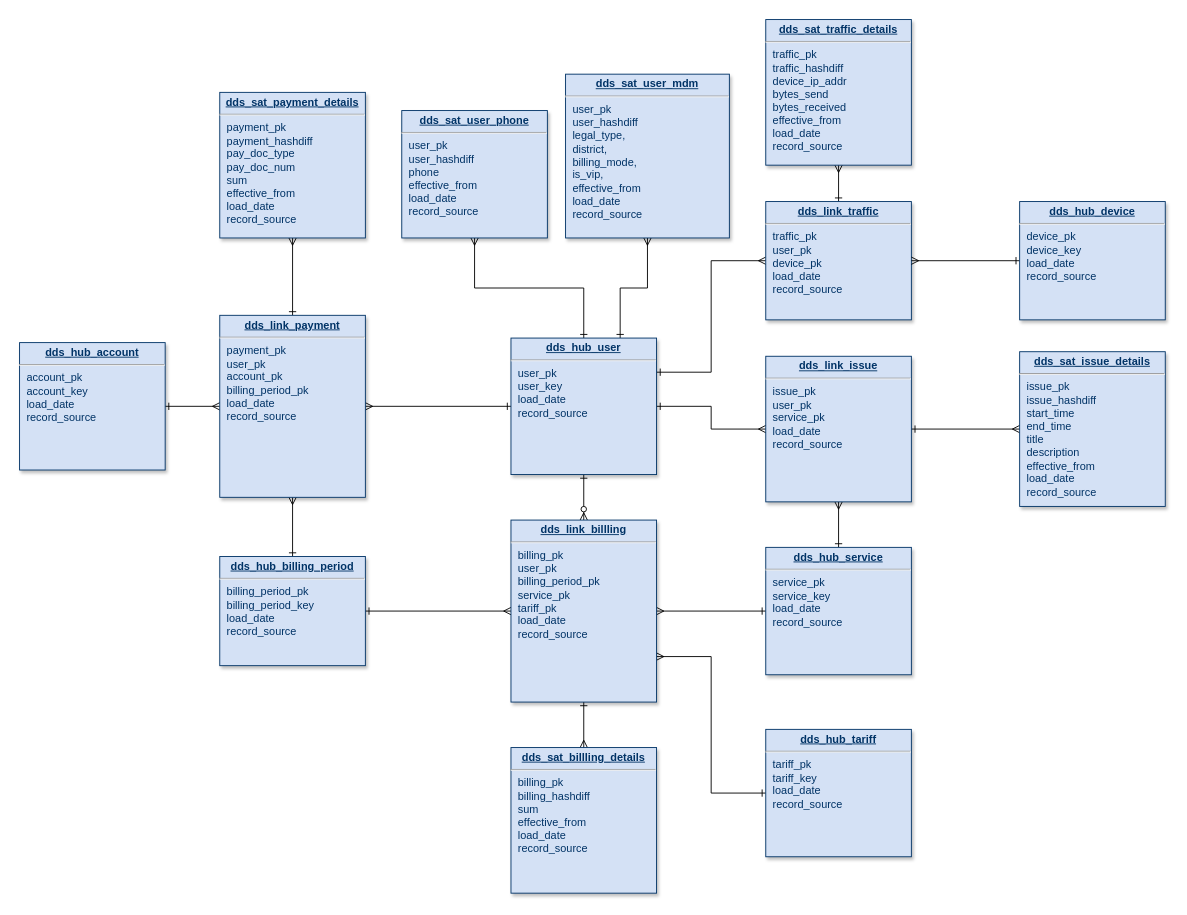
Earlier version of the draw.io diagram DDS-ER.drawio (alexandersamoylov/data-engineer-training). Source tidied: cells renumbered, new cells numbered last; positions are measured from the earlier drawing's top-left corner, leaving out a move shared by most shapes. Both pictures are drawn from the tidied source at 91%, with x=0, y=0 at pixel (19, 19).
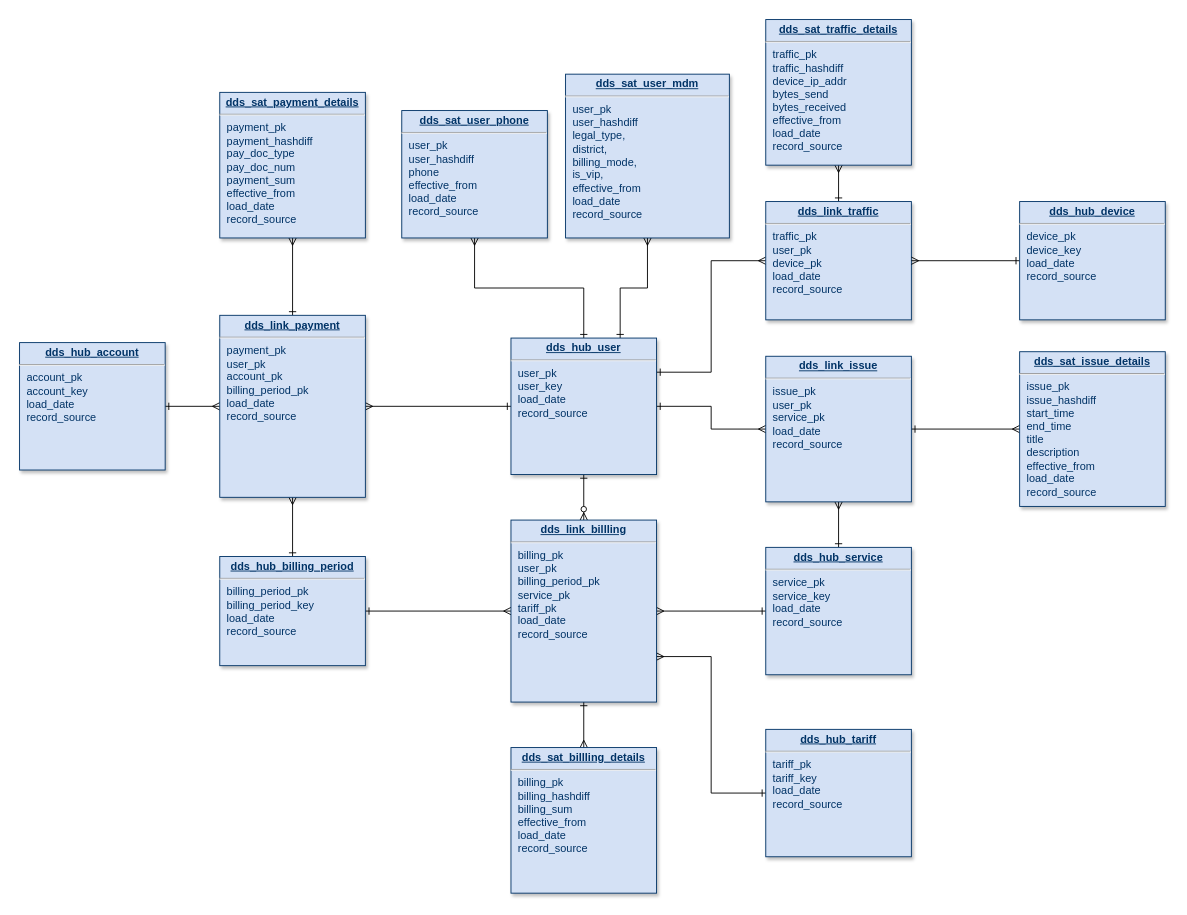
Above is the later version.

Diff of the diagram source:
```diff
@@
-    <mxCell id="17" value="&lt;p style=&quot;margin: 0px ; margin-top: 4px ; text-align: center ; text-decoration: underline&quot;&gt;&lt;strong&gt;dds_sat_payment_details&lt;br&gt;&lt;/strong&gt;&lt;/p&gt;&lt;hr&gt;&lt;p style=&quot;margin: 0px ; margin-left: 8px&quot;&gt;payment_pk&lt;/p&gt;&lt;p style=&quot;margin: 0px ; margin-left: 8px&quot;&gt;payment_hashdiff&lt;br&gt;&lt;/p&gt;&lt;p style=&quot;margin: 0px ; margin-left: 8px&quot;&gt;pay_doc_type&lt;/p&gt;&lt;p style=&quot;margin: 0px ; margin-left: 8px&quot;&gt;pay_doc_num&lt;/p&gt;&lt;p style=&quot;margin: 0px ; margin-left: 8px&quot;&gt;sum&lt;/p&gt;&lt;p style=&quot;margin: 0px ; margin-left: 8px&quot;&gt;effective_from&lt;/p&gt;&lt;p style=&quot;margin: 0px ; margin-left: 8px&quot;&gt;load_date&lt;br&gt;&lt;/p&gt;&lt;p style=&quot;margin: 0px ; margin-left: 8px&quot;&gt;record_source&lt;br&gt;&lt;/p&gt;" style="verticalAlign=top;align=left;overflow=fill;fontSize=12;fontFamily=Helvetica;html=1;strokeColor=#003366;shadow=1;fillColor=#D4E1F5;fontColor=#003366;" parent="1" vertex="1">
+    <mxCell id="17" value="&lt;p style=&quot;margin: 0px ; margin-top: 4px ; text-align: center ; text-decoration: underline&quot;&gt;&lt;strong&gt;dds_sat_payment_details&lt;br&gt;&lt;/strong&gt;&lt;/p&gt;&lt;hr&gt;&lt;p style=&quot;margin: 0px ; margin-left: 8px&quot;&gt;payment_pk&lt;/p&gt;&lt;p style=&quot;margin: 0px ; margin-left: 8px&quot;&gt;payment_hashdiff&lt;br&gt;&lt;/p&gt;&lt;p style=&quot;margin: 0px ; margin-left: 8px&quot;&gt;pay_doc_type&lt;/p&gt;&lt;p style=&quot;margin: 0px ; margin-left: 8px&quot;&gt;pay_doc_num&lt;/p&gt;&lt;p style=&quot;margin: 0px ; margin-left: 8px&quot;&gt;payment_sum&lt;/p&gt;&lt;p style=&quot;margin: 0px ; margin-left: 8px&quot;&gt;effective_from&lt;/p&gt;&lt;p style=&quot;margin: 0px ; margin-left: 8px&quot;&gt;load_date&lt;br&gt;&lt;/p&gt;&lt;p style=&quot;margin: 0px ; margin-left: 8px&quot;&gt;record_source&lt;br&gt;&lt;/p&gt;" style="verticalAlign=top;align=left;overflow=fill;fontSize=12;fontFamily=Helvetica;html=1;strokeColor=#003366;shadow=1;fillColor=#D4E1F5;fontColor=#003366;" parent="1" vertex="1">
       <mxGeometry x="220" y="80" width="160" height="160" as="geometry" />
     </mxCell>
@@
-    <mxCell id="25" value="&lt;p style=&quot;margin: 0px ; margin-top: 4px ; text-align: center ; text-decoration: underline&quot;&gt;&lt;strong&gt;dds_sat_billling_details&lt;br&gt;&lt;/strong&gt;&lt;/p&gt;&lt;hr&gt;&lt;p style=&quot;margin: 0px ; margin-left: 8px&quot;&gt;billing_pk&lt;/p&gt;&lt;p style=&quot;margin: 0px ; margin-left: 8px&quot;&gt;billing_hashdiff&lt;br&gt;&lt;/p&gt;&lt;p style=&quot;margin: 0px ; margin-left: 8px&quot;&gt;sum&lt;br&gt;&lt;/p&gt;&lt;p style=&quot;margin: 0px ; margin-left: 8px&quot;&gt;effective_from&lt;br&gt;&lt;/p&gt;&lt;p style=&quot;margin: 0px ; margin-left: 8px&quot;&gt;load_date&lt;/p&gt;&lt;p style=&quot;margin: 0px ; margin-left: 8px&quot;&gt;record_source&lt;br&gt;&lt;/p&gt;" style="verticalAlign=top;align=left;overflow=fill;fontSize=12;fontFamily=Helvetica;html=1;strokeColor=#003366;shadow=1;fillColor=#D4E1F5;fontColor=#003366;" parent="1" vertex="1">
+    <mxCell id="25" value="&lt;p style=&quot;margin: 0px ; margin-top: 4px ; text-align: center ; text-decoration: underline&quot;&gt;&lt;strong&gt;dds_sat_billling_details&lt;br&gt;&lt;/strong&gt;&lt;/p&gt;&lt;hr&gt;&lt;p style=&quot;margin: 0px ; margin-left: 8px&quot;&gt;billing_pk&lt;/p&gt;&lt;p style=&quot;margin: 0px ; margin-left: 8px&quot;&gt;billing_hashdiff&lt;br&gt;&lt;/p&gt;&lt;p style=&quot;margin: 0px ; margin-left: 8px&quot;&gt;billing_sum&lt;br&gt;&lt;/p&gt;&lt;p style=&quot;margin: 0px ; margin-left: 8px&quot;&gt;effective_from&lt;br&gt;&lt;/p&gt;&lt;p style=&quot;margin: 0px ; margin-left: 8px&quot;&gt;load_date&lt;/p&gt;&lt;p style=&quot;margin: 0px ; margin-left: 8px&quot;&gt;record_source&lt;br&gt;&lt;/p&gt;" style="verticalAlign=top;align=left;overflow=fill;fontSize=12;fontFamily=Helvetica;html=1;strokeColor=#003366;shadow=1;fillColor=#D4E1F5;fontColor=#003366;" parent="1" vertex="1">
       <mxGeometry x="540" y="800" width="160" height="160" as="geometry" />
     </mxCell>
```
